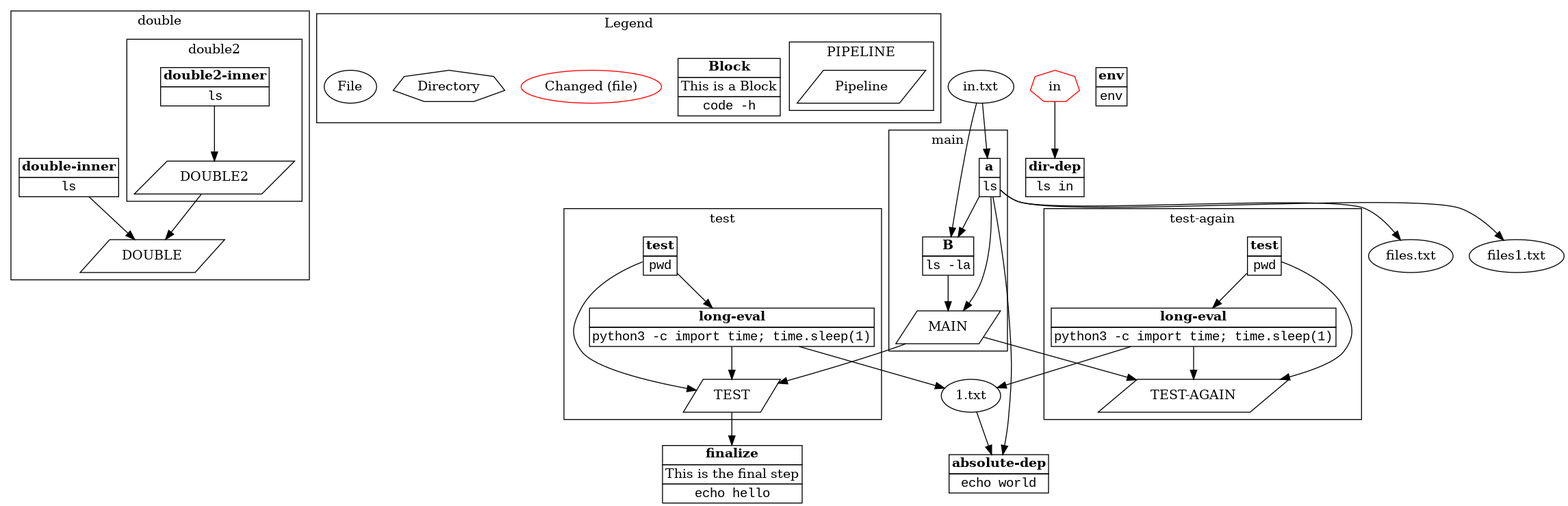
The Graphviz diagram examples/example/graph.png in tivvit/yap, before a commit. Its source is kept beside it as examples/example/graph.dot.
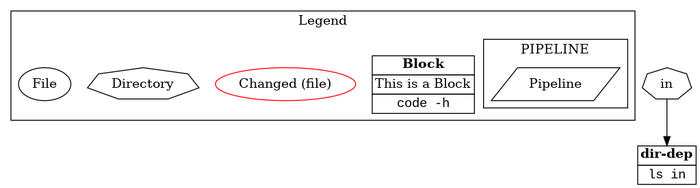
The same file after the commit.

Change to the diagram source:
```diff
@@ -1,83 +1,20 @@
 digraph  {
-	subgraph cluster_s2 {
-		ID = "cluster_s2";
-		subgraph cluster_s0 {
-			ID = "cluster_s0";
-			label="double2";
-			n13[label=<<table border="0" cellborder="1" cellspacing="0"><tr><td><b>double2-inner</b></td></tr><tr><td><font face="Courier New, Courier, monospace">ls</font></td></tr></table>>,shape="plain"];
-			n12[label="DOUBLE2",shape="parallelogram"];
-
-		}label="double";
-		n14[label=<<table border="0" cellborder="1" cellspacing="0"><tr><td><b>double-inner</b></td></tr><tr><td><font face="Courier New, Courier, monospace">ls</font></td></tr></table>>,shape="plain"];
-		n11[label="DOUBLE",shape="parallelogram"];
-
-	}subgraph cluster_s4 {
-		ID = "cluster_s4";
+	subgraph cluster_s0 {
+		ID = "cluster_s0";
 		subgraph cluster_s0 {
 			ID = "cluster_s0";
 			label="PIPELINE";
-			n25[label="Pipeline",shape="parallelogram"];
+			n5[label="Pipeline",shape="parallelogram"];
 
 		}label="Legend";
-		n27[label=<<table border="0" cellborder="1" cellspacing="0"><tr><td><b>Block</b></td></tr><tr><td>This is a Block</td></tr><tr><td><font face="Courier New, Courier, monospace">code -h</font></td></tr></table>>,shape="plain"];
-		n26[color="red",label="Changed (file)",shape="oval"];
-		n24[label="Directory",shape="septagon"];
-		n23[label="File",shape="oval"];
-
-	}subgraph cluster_s3 {
-		ID = "cluster_s3";
-		label="main";
-		n17[label=<<table border="0" cellborder="1" cellspacing="0"><tr><td><b>B</b></td></tr><tr><td><font face="Courier New, Courier, monospace">ls -la</font></td></tr></table>>,shape="plain"];
-		n16[label=<<table border="0" cellborder="1" cellspacing="0"><tr><td><b>a</b></td></tr><tr><td><font face="Courier New, Courier, monospace">ls</font></td></tr></table>>,shape="plain"];
-		n15[label="MAIN",shape="parallelogram"];
-
-	}subgraph cluster_s1 {
-		ID = "cluster_s1";
-		label="test";
-		n10[label=<<table border="0" cellborder="1" cellspacing="0"><tr><td><b>long-eval</b></td></tr><tr><td><font face="Courier New, Courier, monospace">python3 -c import time; time.sleep(1)</font></td></tr></table>>,shape="plain"];
-		n9[label=<<table border="0" cellborder="1" cellspacing="0"><tr><td><b>test</b></td></tr><tr><td><font face="Courier New, Courier, monospace">pwd</font></td></tr></table>>,shape="plain"];
-		n8[label="TEST",shape="parallelogram"];
-
-	}subgraph cluster_s0 {
-		ID = "cluster_s0";
-		label="test-again";
-		n7[label=<<table border="0" cellborder="1" cellspacing="0"><tr><td><b>long-eval</b></td></tr><tr><td><font face="Courier New, Courier, monospace">python3 -c import time; time.sleep(1)</font></td></tr></table>>,shape="plain"];
-		n6[label=<<table border="0" cellborder="1" cellspacing="0"><tr><td><b>test</b></td></tr><tr><td><font face="Courier New, Courier, monospace">pwd</font></td></tr></table>>,shape="plain"];
-		n5[label="TEST-AGAIN",shape="parallelogram"];
+		n7[label=<<table border="0" cellborder="1" cellspacing="0"><tr><td><b>Block</b></td></tr><tr><td>This is a Block</td></tr><tr><td><font face="Courier New, Courier, monospace">code -h</font></td></tr></table>>,shape="plain"];
+		n6[color="red",label="Changed (file)",shape="oval"];
+		n4[label="Directory",shape="septagon"];
+		n3[label="File",shape="oval"];
 
 	}
-	n2[label=<<table border="0" cellborder="1" cellspacing="0"><tr><td><b>absolute-dep</b></td></tr><tr><td><font face="Courier New, Courier, monospace">echo world</font></td></tr></table>>,shape="plain"];
 	n1[label=<<table border="0" cellborder="1" cellspacing="0"><tr><td><b>dir-dep</b></td></tr><tr><td><font face="Courier New, Courier, monospace">ls in</font></td></tr></table>>,shape="plain"];
-	n4[label=<<table border="0" cellborder="1" cellspacing="0"><tr><td><b>env</b></td></tr><tr><td><font face="Courier New, Courier, monospace">env</font></td></tr></table>>,shape="plain"];
-	n3[label=<<table border="0" cellborder="1" cellspacing="0"><tr><td><b>finalize</b></td></tr><tr><td>This is the final step</td></tr><tr><td><font face="Courier New, Courier, monospace">echo hello</font></td></tr></table>>,shape="plain"];
-	n19[label="1.txt",shape="oval"];
-	n21[label="files.txt",shape="oval"];
-	n22[label="files1.txt",shape="oval"];
-	n18[color="red",label="in",shape="septagon"];
-	n20[label="in.txt",shape="oval"];
-	n14->n11;
-	n13->n12;
-	n17->n15;
-	n16->n21;
-	n16->n22;
-	n16->n17;
-	n16->n15;
-	n16->n2;
-	n7->n5;
-	n7->n19;
-	n6->n5;
-	n6->n7;
-	n10->n8;
-	n10->n19;
-	n9->n8;
-	n9->n10;
-	n19->n2;
-	n18->n1;
-	n20->n16;
-	n20->n17;
-	n12->n11;
-	n15->n5;
-	n15->n8;
-	n8->n3;
+	n2[label="in",shape="septagon"];
+	n2->n1;
 
 }
```
